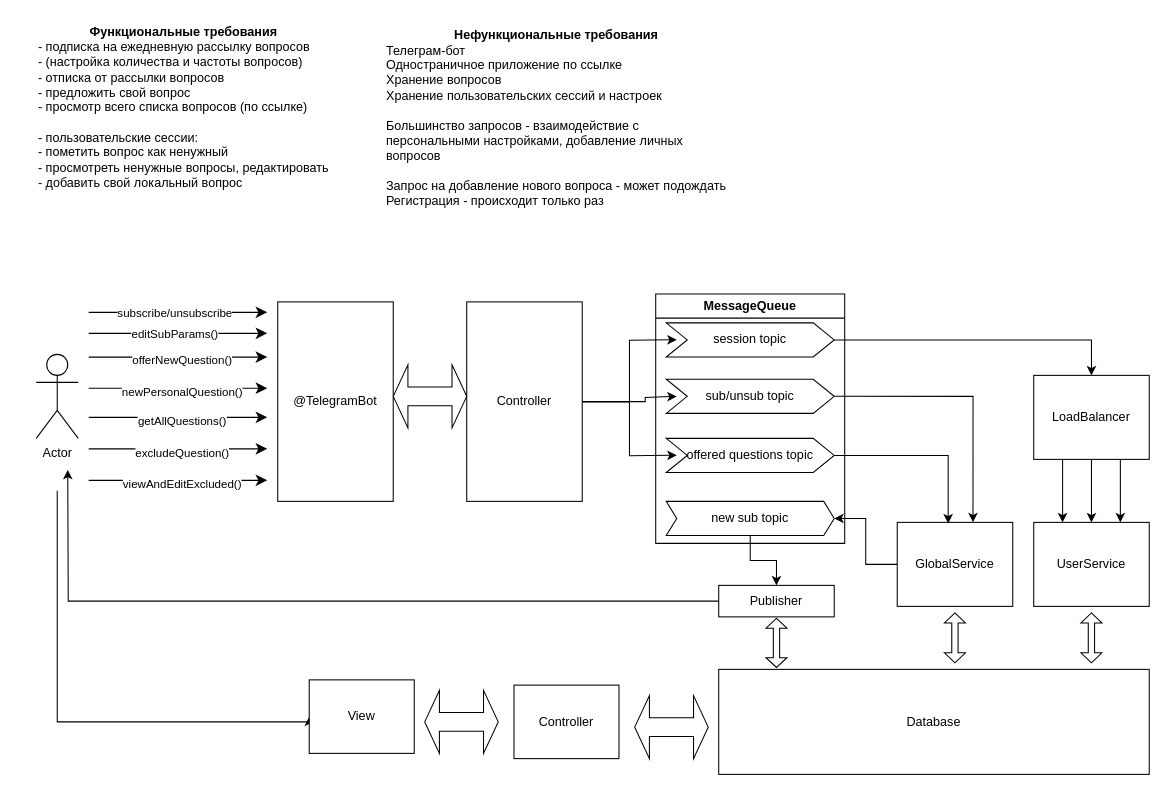
Above: SobesCracker.drawio in maksarts/test-project-files (draw.io), before the change. Source tidied: cells renumbered, new cells numbered last; positions are measured from the earlier drawing's top-left corner, leaving out a move shared by most shapes. Both pictures are drawn from the tidied source at 105%, with x=0, y=0 at pixel (25, 18).
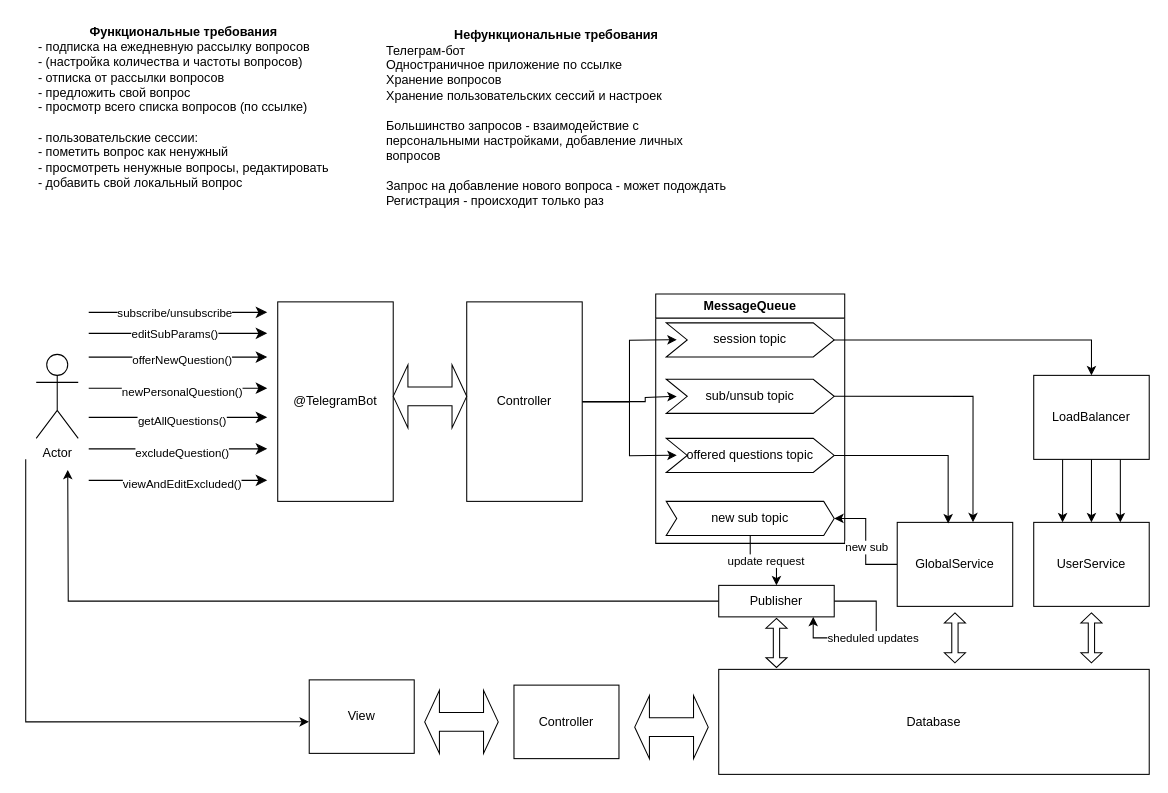
Above is the later version.

Unchanged cells that the change refers to:
```xml
<mxCell id="32" style="edgeStyle=orthogonalEdgeStyle;rounded=0;jettySize=auto;html=1;exitX=0;exitY=0.5;exitDx=0;exitDy=0;entryX=1;entryY=0.5;entryDx=0;entryDy=0;" parent="1" edge="1" source="33" target="31">
  <mxGeometry relative="1" as="geometry" />
</mxCell>
<mxCell id="42" value="View" style="html=1;whiteSpace=wrap;" parent="1" vertex="1">
  <mxGeometry x="270" y="630" width="100" height="70" as="geometry" />
</mxCell>
<mxCell id="47" value="Publisher" style="html=1;whiteSpace=wrap;" parent="1" vertex="1">
  <mxGeometry x="660" y="540" width="110" height="30" as="geometry" />
</mxCell>
<mxCell id="49" style="edgeStyle=orthogonalEdgeStyle;rounded=0;jettySize=auto;html=1;entryX=0.5;entryY=0;entryDx=0;entryDy=0;" parent="1" edge="1" source="31" target="47">
  <mxGeometry relative="1" as="geometry" />
</mxCell>
```

Change to the diagram source:
```diff
@@
-    <mxCell id="4" style="edgeStyle=orthogonalEdgeStyle;rounded=0;jettySize=auto;html=1;entryX=0;entryY=0.5;entryDx=0;entryDy=0;" parent="1" edge="1" target="42">
+    <mxCell id="4" style="edgeStyle=orthogonalEdgeStyle;rounded=0;jettySize=auto;html=1;entryX=-0.003;entryY=0.571;entryDx=0;entryDy=0;entryPerimeter=0;" parent="1" edge="1" target="42">
       <mxGeometry relative="1" as="geometry">
-        <mxPoint x="30" y="450" as="sourcePoint" />
+        <mxPoint y="420" as="sourcePoint" />
         <Array as="points">
-          <mxPoint x="30" y="670" />
+          <mxPoint y="670" />
         </Array>
       </mxGeometry>
     </mxCell>
@@
+    <mxCell id="52" value="new sub" style="edgeLabel;html=1;align=center;verticalAlign=middle;" parent="32" vertex="1">
+      <mxGeometry x="-0.09" relative="1" as="geometry" />
+    </mxCell>
@@
+    <mxCell id="53" value="update request" style="edgeLabel;html=1;align=center;verticalAlign=middle;" parent="49" vertex="1">
+      <mxGeometry x="0.04" relative="1" as="geometry" />
+    </mxCell>
@@
+    <mxCell id="54" value="sheduled updates" style="edgeStyle=orthogonalEdgeStyle;rounded=0;orthogonalLoop=1;jettySize=auto;html=1;exitX=1;exitY=0.5;exitDx=0;exitDy=0;entryX=0.818;entryY=1;entryDx=0;entryDy=0;entryPerimeter=0;" parent="1" edge="1" source="47" target="47">
+      <mxGeometry relative="1" as="geometry">
+        <Array as="points">
+          <mxPoint x="810" y="555" />
+          <mxPoint x="810" y="590" />
+          <mxPoint x="750" y="590" />
+        </Array>
+      </mxGeometry>
+    </mxCell>
```
